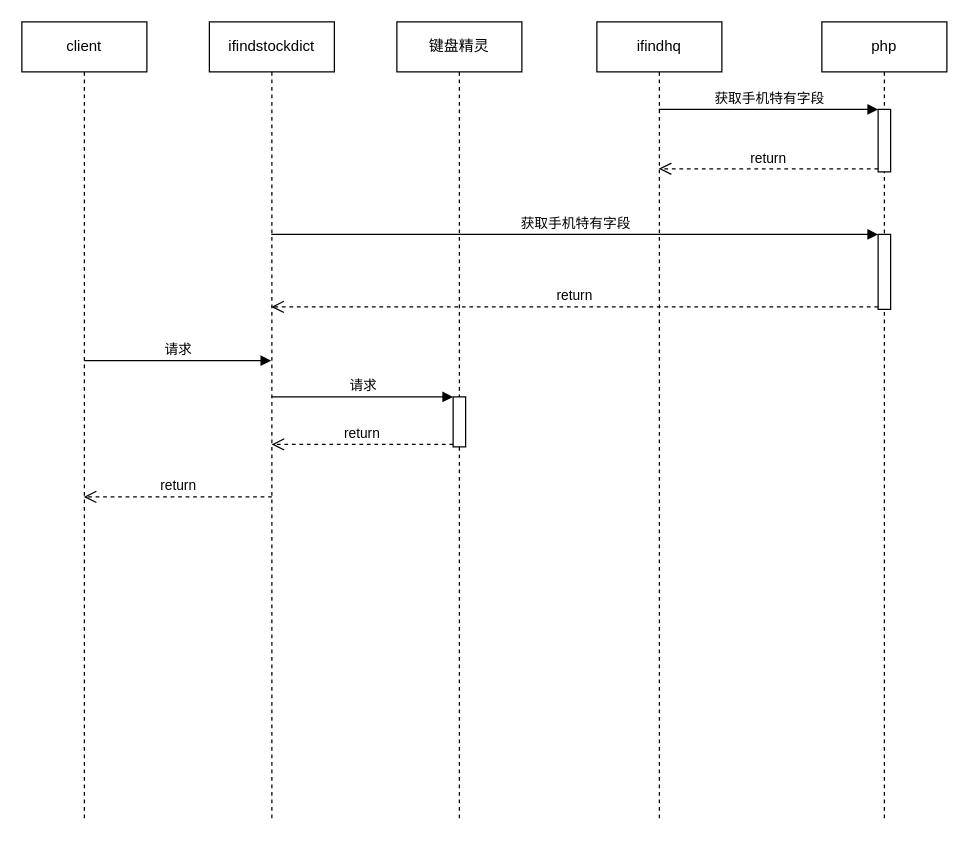
canglaodexiaohai/aikudeyu keeps this draw.io diagram as Untitled Diagram.drawio. Above is the earlier version. Source tidied: cells renumbered, new cells numbered last; positions are measured from the earlier drawing's top-left corner, leaving out a move shared by most shapes. Both pictures are drawn from the tidied source at 125%, with x=0, y=0 at pixel (21, 21).
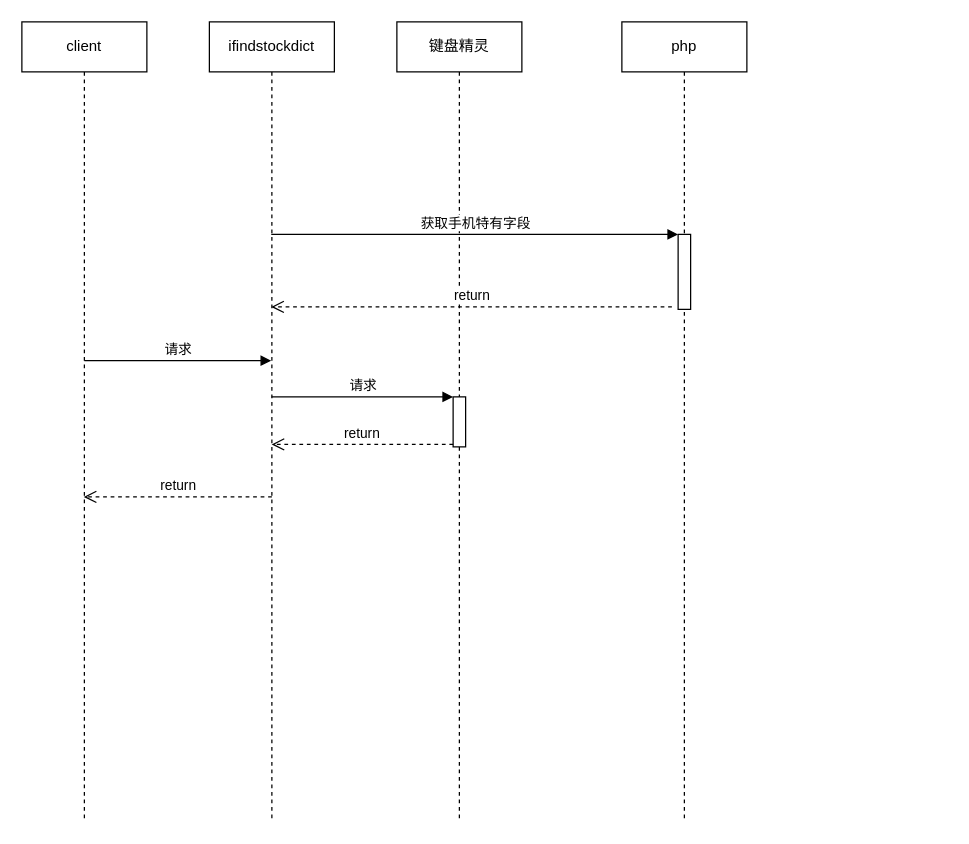
Above is the later version.

What changed in the source:
```diff
@@
     <mxCell id="7" value="php" style="shape=umlLifeline;perimeter=lifelinePerimeter;whiteSpace=wrap;html=1;" parent="1" vertex="1">
-      <mxGeometry x="640" width="100" height="640" as="geometry" />
+      <mxGeometry x="480" width="100" height="640" as="geometry" />
     </mxCell>
-    <mxCell id="8" style="html=1;points=[];perimeter=orthogonalPerimeter;" parent="7" vertex="1">
-      <mxGeometry x="45" y="70" width="10" height="50" as="geometry" />
-    </mxCell>
@@
-    <mxCell id="10" value="ifindhq" style="shape=umlLifeline;perimeter=lifelinePerimeter;whiteSpace=wrap;html=1;" parent="1" vertex="1">
-      <mxGeometry x="460" width="100" height="640" as="geometry" />
-    </mxCell>
-    <mxCell id="11" value="return" style="html=1;verticalAlign=bottom;endArrow=open;dashed=1;endSize=8;exitX=0;exitY=0.95;" parent="1" edge="1" source="8">
-      <mxGeometry relative="1" as="geometry">
-        <mxPoint x="509.5" y="117.5" as="targetPoint" />
-      </mxGeometry>
-    </mxCell>
-    <mxCell id="12" value="获取手机特有字段" style="html=1;verticalAlign=bottom;endArrow=block;entryX=0;entryY=0;" parent="1" edge="1" target="8">
-      <mxGeometry relative="1" as="geometry">
-        <mxPoint x="509.5" y="70" as="sourcePoint" />
-      </mxGeometry>
-    </mxCell>
     <mxCell id="13" value="return" style="html=1;verticalAlign=bottom;endArrow=open;dashed=1;endSize=8;" parent="1" edge="1">
       <mxGeometry relative="1" as="geometry">
-        <mxPoint x="685" y="228" as="sourcePoint" />
+        <mxPoint x="520" y="228" as="sourcePoint" />
         <mxPoint x="199.5" y="228" as="targetPoint" />
       </mxGeometry>
     </mxCell>
```
